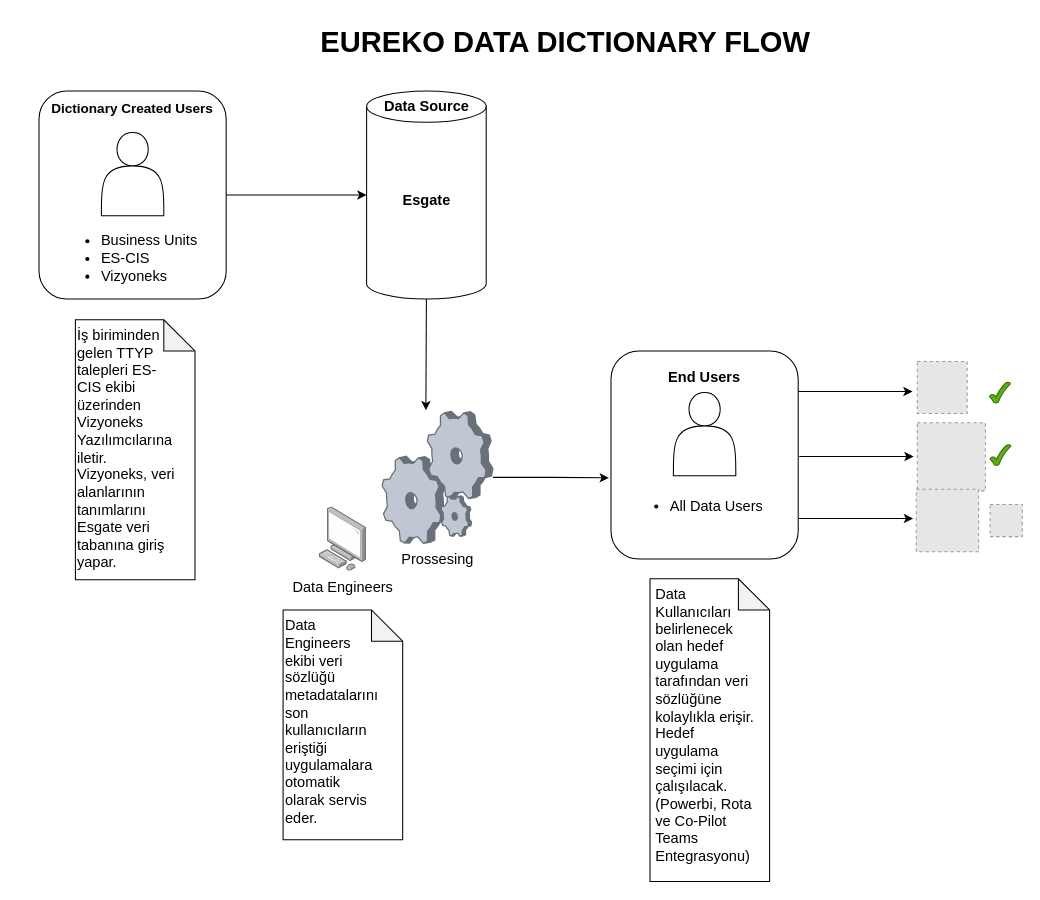
burakyegin/burakyegin.github.io keeps this draw.io diagram as v2.drawio. Above is the earlier version. Source tidied: cells renumbered, new cells numbered last; positions are measured from the earlier drawing's top-left corner, leaving out a move shared by most shapes. Both pictures are drawn from the tidied source at 104%, with x=0, y=0 at pixel (18, 18). Pictures stored in the file or linked from it are replaced by grey dashed boxes.
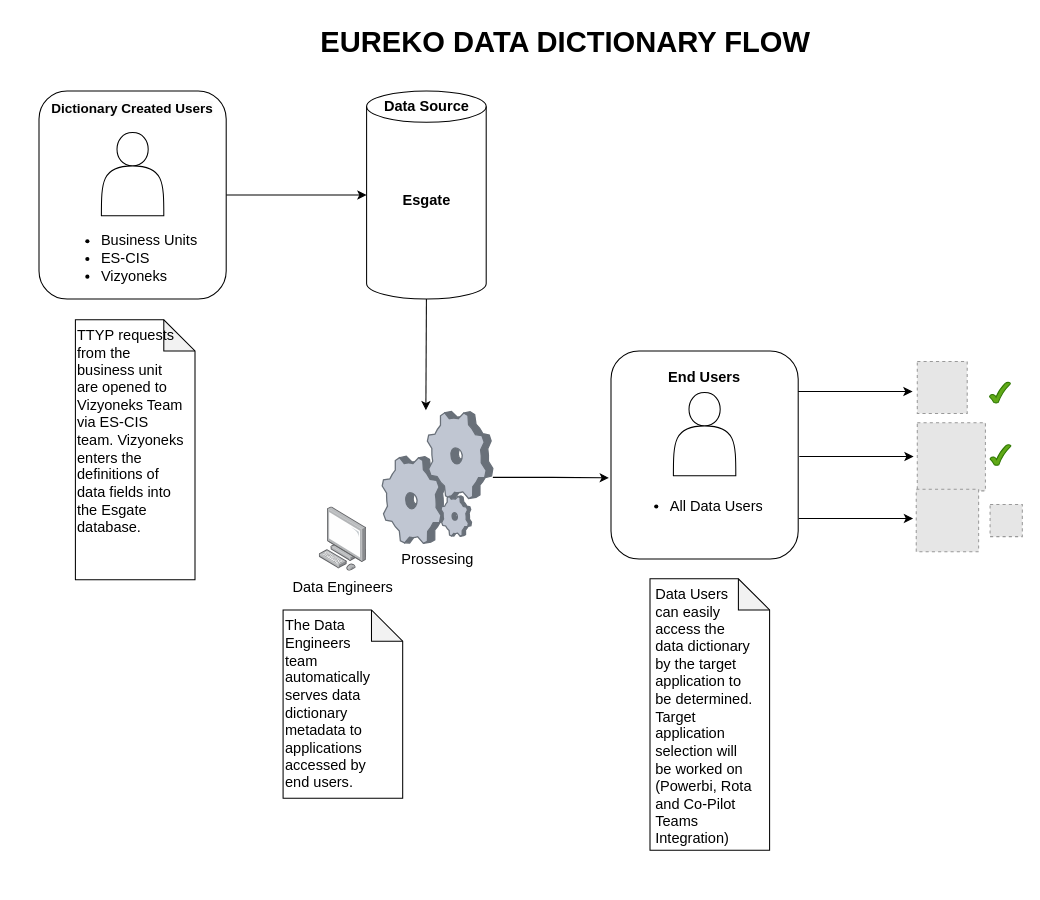
The same diagram, later.

Diff of the diagram source:
```diff
@@
     <mxCell id="2" style="shape=note;whiteSpace=wrap;html=1;backgroundOutline=1;darkOpacity=0.05;" parent="1" vertex="1">
-      <mxGeometry x="607.5" y="539" width="115" height="291" as="geometry" />
+      <mxGeometry x="607.5" y="539" width="115" height="261" as="geometry" />
     </mxCell>
     <mxCell id="3" style="shape=note;whiteSpace=wrap;html=1;backgroundOutline=1;darkOpacity=0.05;" parent="1" vertex="1">
-      <mxGeometry x="254.7" y="569" width="115" height="221" as="geometry" />
+      <mxGeometry x="254.7" y="569" width="115" height="181" as="geometry" />
     </mxCell>
@@
-    <mxCell id="31" value="&lt;font style=&quot;font-size: 14px;&quot;&gt;İş biriminden gelen TTYP talepleri ES-CIS ekibi üzerinden Vizyoneks Yazılımcılarına iletir. Vizyoneks, veri alanlarının tanımlarını Esgate veri tabanına giriş yapar.&lt;/font&gt;" style="text;html=1;whiteSpace=wrap;overflow=hidden;rounded=0;" parent="1" vertex="1">
-      <mxGeometry x="55" y="290" width="100" height="250" as="geometry" />
+    <mxCell id="31" value="&lt;font style=&quot;font-size: 14px;&quot;&gt;TTYP&amp;nbsp;&lt;/font&gt;&lt;span style=&quot;font-size: 14px; background-color: transparent; color: light-dark(rgb(0, 0, 0), rgb(255, 255, 255));&quot;&gt;requests from the business unit are opened to Vizyoneks Team via ES-CIS team. Vizyoneks enters the definitions of data fields into the Esgate database.&lt;/span&gt;" style="text;html=1;whiteSpace=wrap;overflow=hidden;rounded=0;" parent="1" vertex="1">
+      <mxGeometry x="55" y="290" width="105" height="250" as="geometry" />
     </mxCell>
-    <mxCell id="32" value="&lt;font style=&quot;font-size: 14px;&quot;&gt;Data Engineers ekibi veri sözlüğü metadatalarını son kullanıcıların eriştiği uygulamalara otomatik olarak servis eder.&lt;/font&gt;" style="text;html=1;whiteSpace=wrap;overflow=hidden;rounded=0;" parent="1" vertex="1">
-      <mxGeometry x="254.7" y="569" width="95.3" height="211" as="geometry" />
+    <mxCell id="32" value="&lt;font style=&quot;font-size: 14px;&quot;&gt;The Data Engineers team automatically serves data dictionary metadata to applications accessed by end users.&lt;/font&gt;" style="text;html=1;whiteSpace=wrap;overflow=hidden;rounded=0;" parent="1" vertex="1">
+      <mxGeometry x="254.7" y="569" width="95.3" height="191" as="geometry" />
     </mxCell>
-    <mxCell id="33" value="&lt;font style=&quot;font-size: 14px;&quot;&gt;Data Kullanıcıları belirlenecek olan hedef uygulama tarafından veri sözlüğüne kolaylıkla erişir. Hedef uygulama seçimi için çalışılacak. (Powerbi, Rota ve Co-Pilot Teams Entegrasyonu)&lt;/font&gt;" style="text;html=1;whiteSpace=wrap;overflow=hidden;rounded=0;" parent="1" vertex="1">
+    <mxCell id="33" value="&lt;font style=&quot;font-size: 14px;&quot;&gt;Data Users&lt;/font&gt;&lt;div&gt;&lt;font style=&quot;font-size: 14px;&quot;&gt;can easily access the data dictionary by the target application to be determined. Target application selection will be worked on (Powerbi, Rota and Co-Pilot Teams Integration)&lt;/font&gt;&lt;/div&gt;" style="text;html=1;whiteSpace=wrap;overflow=hidden;rounded=0;" parent="1" vertex="1">
       <mxGeometry x="611" y="539" width="99" height="281" as="geometry" />
     </mxCell>
```
